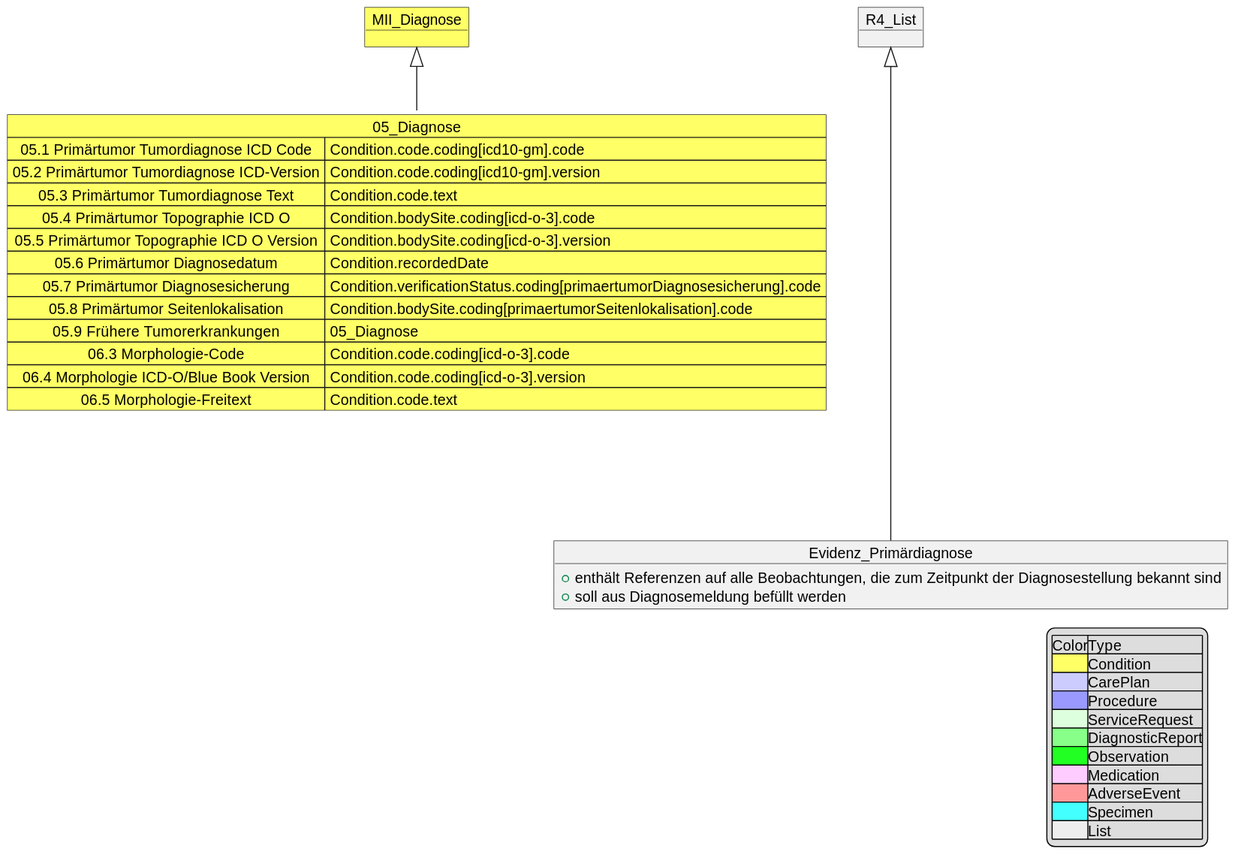
This is implementation-guides/ImplementationGuide-2024.x-DE/Images/MII_Onko_05_Diagnosis.svg from medizininformatik-initiative/kerndatensatzmodul-onkologie, a PlantUML export, as it was before one commit.
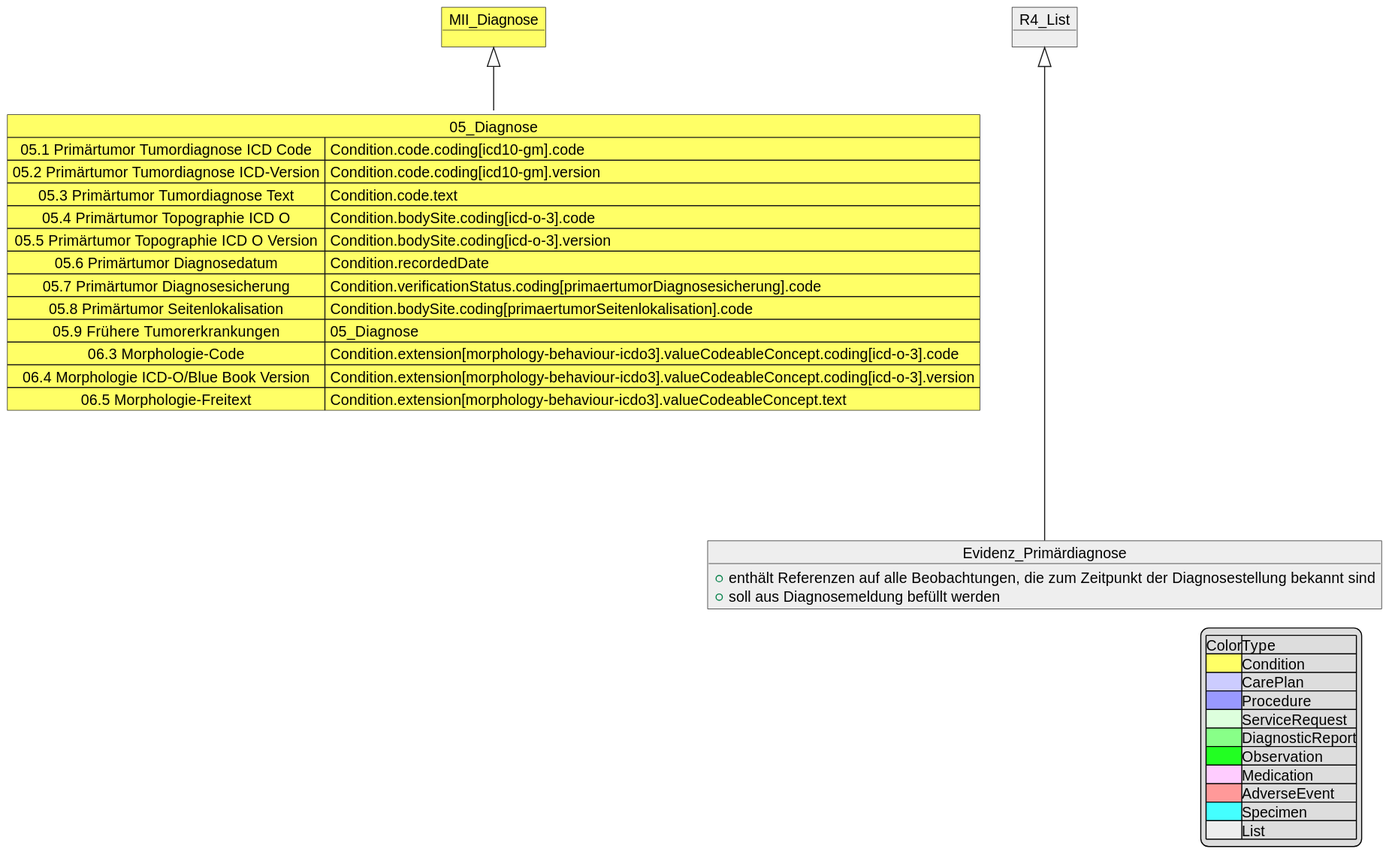
The same file after the commit.

Diff of the diagram source:
```diff
@@ -10,14 +10,14 @@
  05.7 Primärtumor Diagnosesicherung => Condition.verificationStatus.coding[primaertumorDiagnosesicherung].code
  05.8 Primärtumor Seitenlokalisation => Condition.bodySite.coding[primaertumorSeitenlokalisation].code
  05.9 Frühere Tumorerkrankungen => 05_Diagnose
- 06.3 Morphologie-Code => Condition.code.coding[icd-o-3].code
- 06.4 Morphologie ICD-O/Blue Book Version => Condition.code.coding[icd-o-3].version
- 06.5 Morphologie-Freitext => Condition.code.text
+ 06.3 Morphologie-Code => Condition.extension[morphology-behaviour-icdo3].valueCodeableConcept.coding[icd-o-3].code
+ 06.4 Morphologie ICD-O/Blue Book Version => Condition.extension[morphology-behaviour-icdo3].valueCodeableConcept.coding[icd-o-3].version
+ 06.5 Morphologie-Freitext => Condition.extension[morphology-behaviour-icdo3].valueCodeableConcept.text
 }
 
 MII_Diagnose <|-down- 05_Diagnose
-object R4_List
-object Evidenz_Primärdiagnose {
+object R4_List #EEEEEE
+object Evidenz_Primärdiagnose #EEEEEE {
     + enthält Referenzen auf alle Beobachtungen, die zum Zeitpunkt der Diagnosestellung bekannt sind
     + soll aus Diagnosemeldung befüllt werden
 }
```
